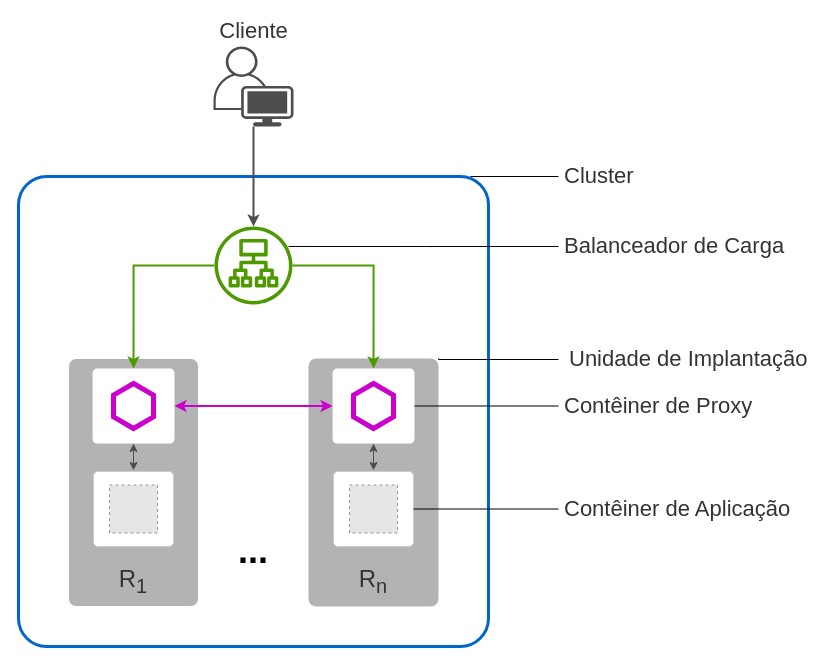
Above: diagrams/hermes-overview.drawio in tonussi/hermes-bkp (draw.io), before the change. Source tidied: cells renumbered, new cells numbered last; positions are measured from the earlier drawing's top-left corner, leaving out a move shared by most shapes. Both pictures are drawn from the tidied source at 100%, with x=0, y=0 at pixel (18, 46). Pictures stored in the file or linked from it are replaced by grey dashed boxes.
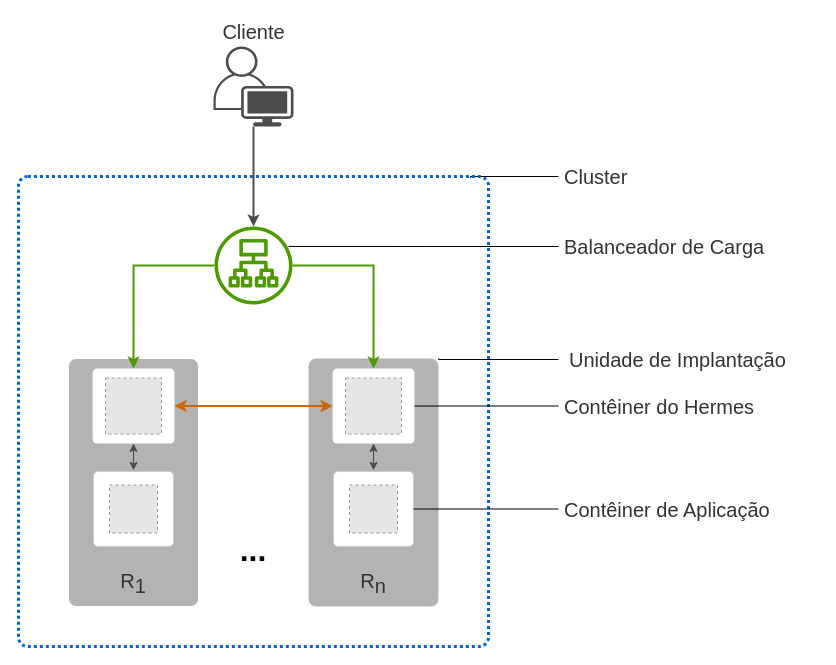
The same diagram, later.

Change to the diagram source:
```diff
@@
-    <mxCell id="2" style="edgeStyle=orthogonalEdgeStyle;rounded=0;jettySize=auto;html=1;startArrow=none;startFill=0;endArrow=none;endFill=0;fontFamily=Helvetica;fontSize=22;fontColor=#333333;exitX=0.962;exitY=0.003;exitDx=0;exitDy=0;exitPerimeter=0;" parent="1" edge="1" source="3">
+    <mxCell id="2" style="edgeStyle=orthogonalEdgeStyle;rounded=0;jettySize=auto;html=1;startArrow=none;startFill=0;endArrow=none;endFill=0;fontFamily=Helvetica;fontSize=20;fontColor=#333333;exitX=0.962;exitY=0.003;exitDx=0;exitDy=0;exitPerimeter=0;" parent="1" edge="1" source="3">
       <mxGeometry relative="1" as="geometry">
         <mxPoint x="540" y="130" as="targetPoint" />
         <Array as="points">
           <mxPoint x="452" y="130" />
         </Array>
       </mxGeometry>
     </mxCell>
-    <mxCell id="3" style="rounded=1;whiteSpace=wrap;html=1;comic=0;fillColor=none;arcSize=6;strokeColor=#0066CC;labelPosition=left;verticalLabelPosition=top;align=right;verticalAlign=bottom;fontColor=#0066CC;fontFamily=Helvetica;fontSize=24;strokeWidth=3;fontStyle=0;spacingRight=-128;spacingBottom=5;" parent="1" vertex="1">
+    <mxCell id="3" style="rounded=1;whiteSpace=wrap;html=1;comic=0;fillColor=none;arcSize=2;strokeColor=#0066CC;labelPosition=left;verticalLabelPosition=top;align=right;verticalAlign=bottom;fontColor=#0066CC;fontFamily=Helvetica;fontSize=20;strokeWidth=3;fontStyle=0;spacingRight=-128;spacingBottom=5;dashed=1;dashPattern=1 1;" parent="1" vertex="1">
       <mxGeometry y="130" width="470" height="470" as="geometry" />
     </mxCell>
-    <mxCell id="4" style="edgeStyle=orthogonalEdgeStyle;rounded=0;jettySize=auto;html=1;startArrow=none;startFill=0;strokeColor=#4D4D4D;strokeWidth=2;fontFamily=Source Code Pro;fontSize=14;" parent="1" edge="1" source="5" target="21">
+    <mxCell id="4" style="edgeStyle=orthogonalEdgeStyle;rounded=0;jettySize=auto;html=1;startArrow=none;startFill=0;strokeColor=#4D4D4D;strokeWidth=2;fontFamily=Helvetica;fontSize=20;" parent="1" edge="1" source="5" target="21">
       <mxGeometry relative="1" as="geometry" />
     </mxCell>
-    <mxCell id="5" value="Cliente" style="points=[[0.35,0,0],[0.98,0.51,0],[1,0.71,0],[0.67,1,0],[0,0.795,0],[0,0.65,0]];verticalLabelPosition=top;html=1;verticalAlign=bottom;align=center;shape=mxgraph.cisco19.user;fillColor=#4D4D4D;strokeColor=none;fontFamily=Helvetica;fontSize=22;labelPosition=center;fontStyle=0;fontColor=#333333;" parent="1" vertex="1">
+    <mxCell id="5" value="Cliente" style="points=[[0.35,0,0],[0.98,0.51,0],[1,0.71,0],[0.67,1,0],[0,0.795,0],[0,0.65,0]];verticalLabelPosition=top;html=1;verticalAlign=bottom;align=center;shape=mxgraph.cisco19.user;fillColor=#4D4D4D;strokeColor=none;fontFamily=Helvetica;fontSize=20;labelPosition=center;fontStyle=0;fontColor=#333333;" parent="1" vertex="1">
       <mxGeometry x="195" width="80" height="80" as="geometry" />
     </mxCell>
-    <mxCell id="6" value="&lt;span style=&quot;font-size: 24px&quot;&gt;R&lt;sub&gt;n&lt;/sub&gt;&lt;/span&gt;" style="rounded=1;whiteSpace=wrap;html=1;comic=0;fillColor=#B3B3B3;arcSize=6;strokeColor=none;labelPosition=center;verticalLabelPosition=middle;align=center;verticalAlign=bottom;fontColor=#333333;fontFamily=Helvetica;fontSize=22;spacingBottom=6;" parent="1" vertex="1">
+    <mxCell id="6" value="&lt;span style=&quot;font-size: 20px;&quot;&gt;R&lt;sub style=&quot;font-size: 20px;&quot;&gt;n&lt;/sub&gt;&lt;/span&gt;" style="rounded=1;whiteSpace=wrap;html=1;comic=0;fillColor=#B3B3B3;arcSize=6;strokeColor=none;labelPosition=center;verticalLabelPosition=middle;align=center;verticalAlign=bottom;fontColor=#333333;fontFamily=Helvetica;fontSize=20;spacingBottom=6;" parent="1" vertex="1">
       <mxGeometry x="290" y="312" width="130" height="248" as="geometry" />
     </mxCell>
-    <mxCell id="7" value="&lt;span style=&quot;font-size: 24px&quot;&gt;R&lt;sub&gt;1&lt;/sub&gt;&lt;/span&gt;" style="rounded=1;whiteSpace=wrap;html=1;comic=0;fillColor=#B3B3B3;arcSize=6;strokeColor=#FFFFFF;labelPosition=center;verticalLabelPosition=middle;align=center;verticalAlign=bottom;fontColor=#333333;fontFamily=Helvetica;fontSize=22;spacingBottom=6;" parent="1" vertex="1">
+    <mxCell id="7" value="&lt;span style=&quot;font-size: 20px;&quot;&gt;R&lt;sub style=&quot;font-size: 20px;&quot;&gt;1&lt;/sub&gt;&lt;/span&gt;" style="rounded=1;whiteSpace=wrap;html=1;comic=0;fillColor=#B3B3B3;arcSize=6;strokeColor=#FFFFFF;labelPosition=center;verticalLabelPosition=middle;align=center;verticalAlign=bottom;fontColor=#333333;fontFamily=Helvetica;fontSize=20;spacingBottom=6;" parent="1" vertex="1">
       <mxGeometry x="50" y="312" width="130" height="248" as="geometry" />
     </mxCell>
-    <mxCell id="8" style="group;" parent="1" vertex="1">
+    <mxCell id="8" style="group;fontFamily=Helvetica;fontSize=20;" parent="1" vertex="1">
       <mxGeometry x="314.1" y="322" width="81.9" height="75" as="geometry" />
     </mxCell>
-    <mxCell id="9" style="rounded=1;whiteSpace=wrap;html=1;comic=0;fillColor=#FFFFFF;arcSize=6;strokeColor=none;" parent="8" vertex="1">
+    <mxCell id="9" style="rounded=1;whiteSpace=wrap;html=1;comic=0;fillColor=#FFFFFF;arcSize=6;strokeColor=none;fontFamily=Helvetica;fontSize=20;" parent="8" vertex="1">
       <mxGeometry width="81.9" height="75" as="geometry" />
     </mxCell>
-    <mxCell id="10" style="shape=hexagon;perimeter=hexagonPerimeter2;whiteSpace=wrap;html=1;rounded=0;comic=0;fillColor=none;rotation=90;strokeWidth=5;strokeColor=#CC00CC;size=0.26;labelPosition=center;verticalLabelPosition=top;align=center;verticalAlign=bottom;" parent="8" vertex="1">
-      <mxGeometry x="18.4" y="17.5" width="45" height="40" as="geometry" />
-    </mxCell>
+    <mxCell id="36" style="fillColor=#E6E6E6;strokeColor=#999999;dashed=1;fontFamily=Helvetica;fontSize=20;" parent="8" vertex="1">
+      <mxGeometry x="12.9" y="9.5" width="56" height="56" as="geometry" />
+    </mxCell>
-    <mxCell id="11" style="group;" parent="1" vertex="1">
+    <mxCell id="11" style="group;fontFamily=Helvetica;fontSize=20;" parent="1" vertex="1">
       <mxGeometry x="74.1" y="322" width="81.9" height="75" as="geometry" />
     </mxCell>
-    <mxCell id="12" style="rounded=1;whiteSpace=wrap;html=1;comic=0;fillColor=#FFFFFF;arcSize=6;strokeColor=none;" parent="11" vertex="1">
+    <mxCell id="12" style="rounded=1;whiteSpace=wrap;html=1;comic=0;fillColor=#FFFFFF;arcSize=6;strokeColor=none;fontFamily=Helvetica;fontSize=20;" parent="11" vertex="1">
       <mxGeometry width="81.9" height="75" as="geometry" />
     </mxCell>
-    <mxCell id="13" style="shape=hexagon;perimeter=hexagonPerimeter2;whiteSpace=wrap;html=1;rounded=0;comic=0;fillColor=none;rotation=90;strokeWidth=5;strokeColor=#CC00CC;size=0.26;labelPosition=center;verticalLabelPosition=top;align=center;verticalAlign=bottom;" parent="11" vertex="1">
-      <mxGeometry x="18.4" y="17.5" width="45" height="40" as="geometry" />
-    </mxCell>
+    <mxCell id="37" style="fillColor=#E6E6E6;strokeColor=#999999;dashed=1;fontFamily=Helvetica;fontSize=20;" parent="11" vertex="1">
+      <mxGeometry x="12.9" y="9.5" width="56" height="56" as="geometry" />
+    </mxCell>
-    <mxCell id="14" style="edgeStyle=orthogonalEdgeStyle;rounded=0;jettySize=auto;html=1;exitX=0.5;exitY=1;exitDx=0;exitDy=0;startArrow=classic;startFill=1;strokeColor=#4D4D4D;strokeWidth=1;fontSize=1;fontColor=#66CC00;" parent="1" edge="1" source="12">
+    <mxCell id="14" style="edgeStyle=orthogonalEdgeStyle;rounded=0;jettySize=auto;html=1;exitX=0.5;exitY=1;exitDx=0;exitDy=0;startArrow=classic;startFill=1;strokeColor=#4D4D4D;strokeWidth=1;fontSize=20;fontColor=#66CC00;fontFamily=Helvetica;" parent="1" edge="1" source="12">
       <mxGeometry relative="1" as="geometry">
         <mxPoint x="115" y="423.9" as="targetPoint" />
       </mxGeometry>
     </mxCell>
-    <mxCell id="15" style="edgeStyle=orthogonalEdgeStyle;rounded=0;jettySize=auto;html=1;exitX=0.5;exitY=1;exitDx=0;exitDy=0;entryX=0.5;entryY=0;entryDx=0;entryDy=0;startArrow=classic;startFill=1;strokeColor=#4D4D4D;strokeWidth=1;fontSize=1;fontColor=#66CC00;" parent="1" edge="1" source="9">
+    <mxCell id="15" style="edgeStyle=orthogonalEdgeStyle;rounded=0;jettySize=auto;html=1;exitX=0.5;exitY=1;exitDx=0;exitDy=0;entryX=0.5;entryY=0;entryDx=0;entryDy=0;startArrow=classic;startFill=1;strokeColor=#4D4D4D;strokeWidth=1;fontSize=20;fontColor=#66CC00;fontFamily=Helvetica;" parent="1" edge="1" source="9">
       <mxGeometry relative="1" as="geometry">
         <mxPoint x="355" y="423.9" as="targetPoint" />
       </mxGeometry>
     </mxCell>
-    <mxCell id="16" value="..." style="rounded=0;whiteSpace=wrap;html=1;fontSize=36;strokeColor=none;fillColor=none;fontStyle=1;" parent="1" vertex="1">
+    <mxCell id="16" value="..." style="rounded=0;whiteSpace=wrap;html=1;fontSize=32;strokeColor=none;fillColor=none;fontStyle=1;fontFamily=Helvetica;" parent="1" vertex="1">
       <mxGeometry x="200" y="473.9" width="70" height="60" as="geometry" />
     </mxCell>
-    <mxCell id="17" style="edgeStyle=orthogonalEdgeStyle;rounded=0;jettySize=auto;html=1;exitX=1;exitY=0.5;exitDx=0;exitDy=0;entryX=0;entryY=0.5;entryDx=0;entryDy=0;fontSize=24;startArrow=classic;startFill=1;strokeWidth=2;strokeColor=#CC00CC;" parent="1" edge="1" source="12" target="9">
+    <mxCell id="17" style="edgeStyle=orthogonalEdgeStyle;rounded=0;jettySize=auto;html=1;exitX=1;exitY=0.5;exitDx=0;exitDy=0;entryX=0;entryY=0.5;entryDx=0;entryDy=0;fontSize=20;startArrow=classic;startFill=1;strokeWidth=2;strokeColor=#CC6600;fontFamily=Helvetica;" parent="1" edge="1" source="12" target="9">
       <mxGeometry relative="1" as="geometry" />
     </mxCell>
-    <mxCell id="18" style="edgeStyle=orthogonalEdgeStyle;rounded=0;jettySize=auto;html=1;entryX=0.5;entryY=0;entryDx=0;entryDy=0;startArrow=none;startFill=0;strokeColor=#4D9900;strokeWidth=2;fontSize=24;" parent="1" edge="1" source="21" target="12">
+    <mxCell id="18" style="edgeStyle=orthogonalEdgeStyle;rounded=0;jettySize=auto;html=1;entryX=0.5;entryY=0;entryDx=0;entryDy=0;startArrow=none;startFill=0;strokeColor=#4D9900;strokeWidth=2;fontSize=20;fontFamily=Helvetica;" parent="1" edge="1" source="21" target="12">
       <mxGeometry relative="1" as="geometry" />
     </mxCell>
-    <mxCell id="19" style="edgeStyle=orthogonalEdgeStyle;rounded=0;jettySize=auto;html=1;entryX=0.5;entryY=0;entryDx=0;entryDy=0;startArrow=none;startFill=0;strokeColor=#4D9900;strokeWidth=2;fontSize=24;" parent="1" edge="1" source="21" target="9">
+    <mxCell id="19" style="edgeStyle=orthogonalEdgeStyle;rounded=0;jettySize=auto;html=1;entryX=0.5;entryY=0;entryDx=0;entryDy=0;startArrow=none;startFill=0;strokeColor=#4D9900;strokeWidth=2;fontSize=20;fontFamily=Helvetica;" parent="1" edge="1" source="21" target="9">
       <mxGeometry relative="1" as="geometry" />
     </mxCell>
-    <mxCell id="20" style="edgeStyle=orthogonalEdgeStyle;rounded=0;jettySize=auto;html=1;fontFamily=Helvetica;fontSize=22;fontColor=#333333;exitX=0.949;exitY=0.256;exitDx=0;exitDy=0;exitPerimeter=0;startArrow=none;startFill=0;endArrow=none;endFill=0;" parent="1" edge="1" source="21">
+    <mxCell id="20" style="edgeStyle=orthogonalEdgeStyle;rounded=0;jettySize=auto;html=1;fontFamily=Helvetica;fontSize=20;fontColor=#333333;exitX=0.949;exitY=0.256;exitDx=0;exitDy=0;exitPerimeter=0;startArrow=none;startFill=0;endArrow=none;endFill=0;" parent="1" edge="1" source="21">
       <mxGeometry relative="1" as="geometry">
         <mxPoint x="540" y="200" as="targetPoint" />
       </mxGeometry>
     </mxCell>
-    <mxCell id="21" style="outlineConnect=0;gradientColor=none;fillColor=#4D9900;strokeColor=none;dashed=0;verticalLabelPosition=top;verticalAlign=bottom;align=left;html=1;fontSize=24;fontStyle=0;shape=mxgraph.aws4.application_load_balancer;fontFamily=Verdana;fontColor=#4D9900;labelPosition=right;spacingBottom=-17;" parent="1" vertex="1">
+    <mxCell id="21" style="outlineConnect=0;gradientColor=none;fillColor=#4D9900;strokeColor=none;dashed=0;verticalLabelPosition=top;verticalAlign=bottom;align=left;html=1;fontSize=20;fontStyle=0;shape=mxgraph.aws4.application_load_balancer;fontFamily=Helvetica;fontColor=#4D9900;labelPosition=right;spacingBottom=-17;" parent="1" vertex="1">
       <mxGeometry x="196" y="180" width="78" height="78" as="geometry" />
     </mxCell>
-    <mxCell id="22" style="group;" parent="1" vertex="1">
+    <mxCell id="22" style="group;fontFamily=Helvetica;fontSize=20;" parent="1" vertex="1">
       <mxGeometry x="75" y="425" width="80" height="75" as="geometry" />
     </mxCell>
-    <mxCell id="23" style="rounded=1;whiteSpace=wrap;html=1;comic=0;fillColor=#FFFFFF;arcSize=6;strokeColor=#CCCCCC;verticalAlign=bottom;labelPosition=center;verticalLabelPosition=top;align=center;fontColor=#666666;" parent="22" vertex="1">
+    <mxCell id="23" style="rounded=1;whiteSpace=wrap;html=1;comic=0;fillColor=#FFFFFF;arcSize=6;strokeColor=#CCCCCC;verticalAlign=bottom;labelPosition=center;verticalLabelPosition=top;align=center;fontColor=#666666;fontFamily=Helvetica;fontSize=20;" parent="22" vertex="1">
       <mxGeometry width="80" height="75" as="geometry" />
     </mxCell>
-    <mxCell id="24" style="fillColor=#E6E6E6;strokeColor=#999999;dashed=1;html=1;verticalAlign=top;verticalLabelPosition=bottom;labelBackgroundColor=#ffffff;fontFamily=Source Code Pro;fontSize=24;fontColor=#FF00FF;" parent="22" vertex="1">
+    <mxCell id="24" style="fillColor=#E6E6E6;strokeColor=#999999;dashed=1;html=1;verticalAlign=top;verticalLabelPosition=bottom;labelBackgroundColor=#ffffff;fontFamily=Helvetica;fontSize=20;fontColor=#FF00FF;" parent="22" vertex="1">
       <mxGeometry x="16" y="13.5" width="48" height="48" as="geometry" />
     </mxCell>
-    <mxCell id="25" style="group;" parent="1" vertex="1">
+    <mxCell id="25" style="group;fontFamily=Helvetica;fontSize=20;" parent="1" vertex="1">
       <mxGeometry x="315" y="425" width="80" height="75" as="geometry" />
     </mxCell>
-    <mxCell id="26" style="rounded=1;whiteSpace=wrap;html=1;comic=0;fillColor=#FFFFFF;arcSize=6;strokeColor=#CCCCCC;verticalAlign=bottom;labelPosition=center;verticalLabelPosition=top;align=center;fontColor=#666666;" parent="25" vertex="1">
+    <mxCell id="26" style="rounded=1;whiteSpace=wrap;html=1;comic=0;fillColor=#FFFFFF;arcSize=6;strokeColor=#CCCCCC;verticalAlign=bottom;labelPosition=center;verticalLabelPosition=top;align=center;fontColor=#666666;fontFamily=Helvetica;fontSize=20;" parent="25" vertex="1">
       <mxGeometry width="80" height="75" as="geometry" />
     </mxCell>
-    <mxCell id="27" style="fillColor=#E6E6E6;strokeColor=#999999;dashed=1;html=1;verticalAlign=top;verticalLabelPosition=bottom;labelBackgroundColor=#ffffff;fontFamily=Source Code Pro;fontSize=24;fontColor=#FF00FF;" parent="25" vertex="1">
+    <mxCell id="27" style="fillColor=#E6E6E6;strokeColor=#999999;dashed=1;html=1;verticalAlign=top;verticalLabelPosition=bottom;labelBackgroundColor=#ffffff;fontFamily=Helvetica;fontSize=20;fontColor=#FF00FF;" parent="25" vertex="1">
       <mxGeometry x="16" y="13.5" width="48" height="48" as="geometry" />
     </mxCell>
-    <mxCell id="28" value="Balanceador de Carga" style="text;html=1;strokeColor=none;fillColor=none;align=left;verticalAlign=middle;whiteSpace=wrap;rounded=0;fontFamily=Helvetica;fontSize=22;fontColor=#333333;spacingLeft=4;" parent="1" vertex="1">
+    <mxCell id="28" value="Balanceador de Carga" style="text;html=1;strokeColor=none;fillColor=none;align=left;verticalAlign=middle;whiteSpace=wrap;rounded=0;fontFamily=Helvetica;fontSize=20;fontColor=#333333;spacingLeft=4;" parent="1" vertex="1">
       <mxGeometry x="540" y="190" width="240" height="20" as="geometry" />
     </mxCell>
-    <mxCell id="29" value="Cluster" style="text;html=1;strokeColor=none;fillColor=none;align=left;verticalAlign=middle;whiteSpace=wrap;rounded=0;fontFamily=Helvetica;fontSize=22;fontColor=#333333;spacingLeft=4;" parent="1" vertex="1">
+    <mxCell id="29" value="Cluster" style="text;html=1;strokeColor=none;fillColor=none;align=left;verticalAlign=middle;whiteSpace=wrap;rounded=0;fontFamily=Helvetica;fontSize=20;fontColor=#333333;spacingLeft=4;" parent="1" vertex="1">
       <mxGeometry x="540" y="120" width="180" height="20" as="geometry" />
     </mxCell>
-    <mxCell id="30" style="edgeStyle=orthogonalEdgeStyle;rounded=0;jettySize=auto;html=1;fontFamily=Helvetica;fontSize=22;fontColor=#333333;exitX=1;exitY=0.5;exitDx=0;exitDy=0;startArrow=none;startFill=0;endArrow=none;endFill=0;" parent="1" edge="1" source="9" target="31">
+    <mxCell id="30" style="edgeStyle=orthogonalEdgeStyle;rounded=0;jettySize=auto;html=1;fontFamily=Helvetica;fontSize=20;fontColor=#333333;exitX=1;exitY=0.5;exitDx=0;exitDy=0;startArrow=none;startFill=0;endArrow=none;endFill=0;" parent="1" edge="1" source="9" target="31">
       <mxGeometry relative="1" as="geometry" />
     </mxCell>
-    <mxCell id="31" value="Contêiner de Proxy" style="text;html=1;strokeColor=none;fillColor=none;align=left;verticalAlign=middle;whiteSpace=wrap;rounded=0;fontFamily=Helvetica;fontSize=22;fontColor=#333333;spacingLeft=4;" parent="1" vertex="1">
+    <mxCell id="31" value="Contêiner do Hermes" style="text;html=1;strokeColor=none;fillColor=none;align=left;verticalAlign=middle;whiteSpace=wrap;rounded=0;fontFamily=Helvetica;fontSize=20;fontColor=#333333;spacingLeft=4;" parent="1" vertex="1">
       <mxGeometry x="540" y="349.5" width="210" height="20" as="geometry" />
     </mxCell>
-    <mxCell id="32" style="edgeStyle=orthogonalEdgeStyle;rounded=0;jettySize=auto;html=1;fontFamily=Helvetica;fontSize=22;fontColor=#333333;exitX=1;exitY=0.5;exitDx=0;exitDy=0;startArrow=none;startFill=0;endArrow=none;endFill=0;" parent="1" edge="1" source="26" target="33">
+    <mxCell id="32" style="edgeStyle=orthogonalEdgeStyle;rounded=0;jettySize=auto;html=1;fontFamily=Helvetica;fontSize=20;fontColor=#333333;exitX=1;exitY=0.5;exitDx=0;exitDy=0;startArrow=none;startFill=0;endArrow=none;endFill=0;" parent="1" edge="1" source="26" target="33">
       <mxGeometry relative="1" as="geometry" />
     </mxCell>
-    <mxCell id="33" value="Contêiner de Aplicação" style="text;html=1;strokeColor=none;fillColor=none;align=left;verticalAlign=middle;whiteSpace=wrap;rounded=0;fontFamily=Helvetica;fontSize=22;fontColor=#333333;spacingLeft=4;" parent="1" vertex="1">
+    <mxCell id="33" value="Contêiner de Aplicação" style="text;html=1;strokeColor=none;fillColor=none;align=left;verticalAlign=middle;whiteSpace=wrap;rounded=0;fontFamily=Helvetica;fontSize=20;fontColor=#333333;spacingLeft=4;" parent="1" vertex="1">
       <mxGeometry x="540" y="452.5" width="250" height="20" as="geometry" />
     </mxCell>
-    <mxCell id="34" style="edgeStyle=orthogonalEdgeStyle;rounded=0;jettySize=auto;html=1;fontFamily=Helvetica;fontSize=22;fontColor=#333333;startArrow=none;startFill=0;endArrow=none;endFill=0;exitX=1;exitY=0;exitDx=0;exitDy=0;" parent="1" edge="1" source="6">
+    <mxCell id="34" style="edgeStyle=orthogonalEdgeStyle;rounded=0;jettySize=auto;html=1;fontFamily=Helvetica;fontSize=20;fontColor=#333333;startArrow=none;startFill=0;endArrow=none;endFill=0;exitX=1;exitY=0;exitDx=0;exitDy=0;" parent="1" edge="1" source="6">
       <mxGeometry relative="1" as="geometry">
         <mxPoint x="540" y="313" as="targetPoint" />
         <Array as="points">
           <mxPoint x="420" y="313" />
         </Array>
       </mxGeometry>
     </mxCell>
-    <mxCell id="35" value="Unidade de Implantação" style="text;html=1;strokeColor=none;fillColor=none;align=left;verticalAlign=middle;whiteSpace=wrap;rounded=0;fontFamily=Helvetica;fontSize=22;fontColor=#333333;spacingLeft=4;" parent="1" vertex="1">
+    <mxCell id="35" value="Unidade de Implantação" style="text;html=1;strokeColor=none;fillColor=none;align=left;verticalAlign=middle;whiteSpace=wrap;rounded=0;fontFamily=Helvetica;fontSize=20;fontColor=#333333;spacingLeft=4;" parent="1" vertex="1">
       <mxGeometry x="545" y="303" width="255" height="20" as="geometry" />
     </mxCell>
```
